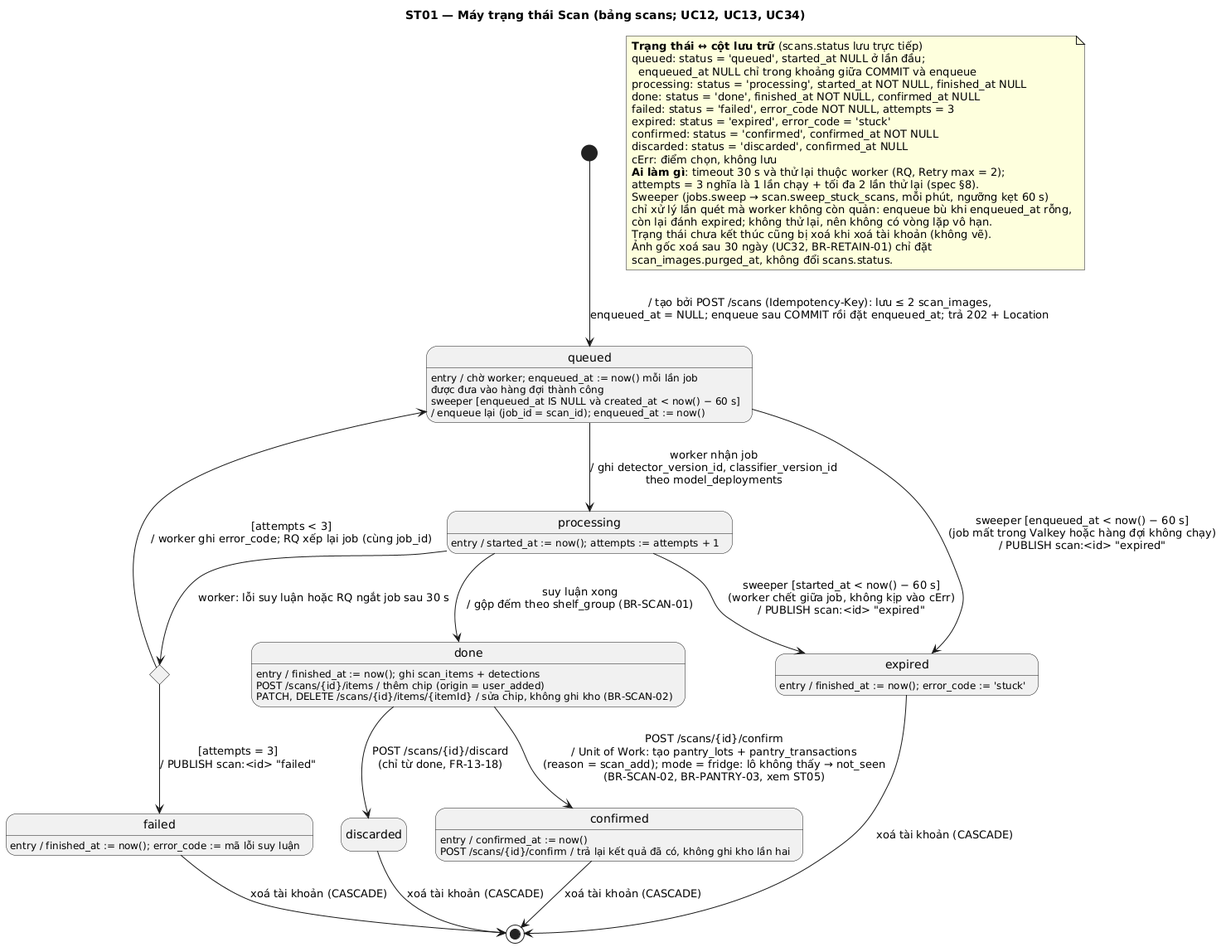
NamBuw/Tastoria keeps this PlantUML diagram as docs/uml/out/state/ST01-scan.png. Above is the earlier version.
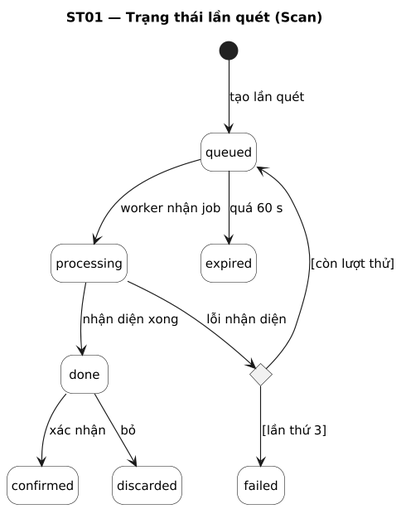
Later version of the same file.

Change to the diagram source:
```diff
@@ -1,54 +1,29 @@
 @startuml
-title ST01 — Máy trạng thái Scan (bảng scans; UC12, UC13, UC34)
+title ST01 — Trạng thái lần quét (Scan)
+skinparam shadowing false
+skinparam defaultFontName DejaVu Sans
+skinparam defaultFontSize 13
+skinparam dpi 110
+
 hide empty description
+skinparam StateBackgroundColor White
 
-state "queued" as queued : entry / chờ worker; enqueued_at := now() mỗi lần job\nđược đưa vào hàng đợi thành công
-state "processing" as processing : entry / started_at := now(); attempts := attempts + 1
-state "done" as done : entry / finished_at := now(); ghi scan_items + detections
-state "failed" as failed : entry / finished_at := now(); error_code := mã lỗi suy luận
-state "expired" as expired : entry / finished_at := now(); error_code := 'stuck'
-state "confirmed" as confirmed : entry / confirmed_at := now()
+state "queued" as queued
+state "processing" as processing
+state cErr <<choice>>
+state "done" as done
+state "failed" as failed
+state "expired" as expired
+state "confirmed" as confirmed
 state "discarded" as discarded
-state cErr <<choice>>
 
-queued : sweeper [enqueued_at IS NULL và created_at < now() − 60 s]\n/ enqueue lại (job_id = scan_id); enqueued_at := now()
-done : POST /scans/{id}/items / thêm chip (origin = user_added)
-done : PATCH, DELETE /scans/{id}/items/{itemId} / sửa chip, không ghi kho (BR-SCAN-02)
-confirmed : POST /scans/{id}/confirm / trả lại kết quả đã có, không ghi kho lần hai
-
-[*] --> queued : / tạo bởi POST /scans (Idempotency-Key): lưu ≤ 2 scan_images,\nenqueued_at = NULL; enqueue sau COMMIT rồi đặt enqueued_at; trả 202 + Location
-queued --> processing : worker nhận job\n/ ghi detector_version_id, classifier_version_id\ntheo model_deployments
-processing --> done : suy luận xong\n/ gộp đếm theo shelf_group (BR-SCAN-01)
-processing --> cErr : worker: lỗi suy luận hoặc RQ ngắt job sau 30 s
-cErr --> queued : [attempts < 3]\n/ worker ghi error_code; RQ xếp lại job (cùng job_id)
-cErr --> failed : [attempts = 3]\n/ PUBLISH scan:<id> "failed"
-queued --> expired : sweeper [enqueued_at < now() − 60 s]\n(job mất trong Valkey hoặc hàng đợi không chạy)\n/ PUBLISH scan:<id> "expired"
-processing --> expired : sweeper [started_at < now() − 60 s]\n(worker chết giữa job, không kịp vào cErr)\n/ PUBLISH scan:<id> "expired"
-done --> confirmed : POST /scans/{id}/confirm\n/ Unit of Work: tạo pantry_lots + pantry_transactions\n(reason = scan_add); mode = fridge: lô không thấy → not_seen\n(BR-SCAN-02, BR-PANTRY-03, xem ST05)
-done --> discarded : POST /scans/{id}/discard\n(chỉ từ done, FR-13-18)
-confirmed --> [*] : xoá tài khoản (CASCADE)
-discarded --> [*] : xoá tài khoản (CASCADE)
-failed --> [*] : xoá tài khoản (CASCADE)
-expired --> [*] : xoá tài khoản (CASCADE)
-
-note as Nmap
-  <b>Trạng thái ↔ cột lưu trữ</b> (scans.status lưu trực tiếp)
-  queued: status = 'queued', started_at NULL ở lần đầu;
-    enqueued_at NULL chỉ trong khoảng giữa COMMIT và enqueue
-  processing: status = 'processing', started_at NOT NULL, finished_at NULL
-  done: status = 'done', finished_at NOT NULL, confirmed_at NULL
-  failed: status = 'failed', error_code NOT NULL, attempts = 3
-  expired: status = 'expired', error_code = 'stuck'
-  confirmed: status = 'confirmed', confirmed_at NOT NULL
-  discarded: status = 'discarded', confirmed_at NULL
-  cErr: điểm chọn, không lưu
-  <b>Ai làm gì</b>: timeout 30 s và thử lại thuộc worker (RQ, Retry max = 2);
-  attempts = 3 nghĩa là 1 lần chạy + tối đa 2 lần thử lại (spec §8).
-  Sweeper (jobs.sweep → scan.sweep_stuck_scans, mỗi phút, ngưỡng kẹt 60 s)
-  chỉ xử lý lần quét mà worker không còn quản: enqueue bù khi enqueued_at rỗng,
-  còn lại đánh expired; không thử lại, nên không có vòng lặp vô hạn.
-  Trạng thái chưa kết thúc cũng bị xoá khi xoá tài khoản (không vẽ).
-  Ảnh gốc xoá sau 30 ngày (UC32, BR-RETAIN-01) chỉ đặt
-  scan_images.purged_at, không đổi scans.status.
-end note
+[*] --> queued : tạo lần quét
+queued --> processing : worker nhận job
+processing --> done : nhận diện xong
+processing --> cErr : lỗi nhận diện
+cErr --> queued : [còn lượt thử]
+cErr --> failed : [lần thứ 3]
+queued --> expired : quá 60 s
+done --> confirmed : xác nhận
+done --> discarded : bỏ
 @enduml
```
